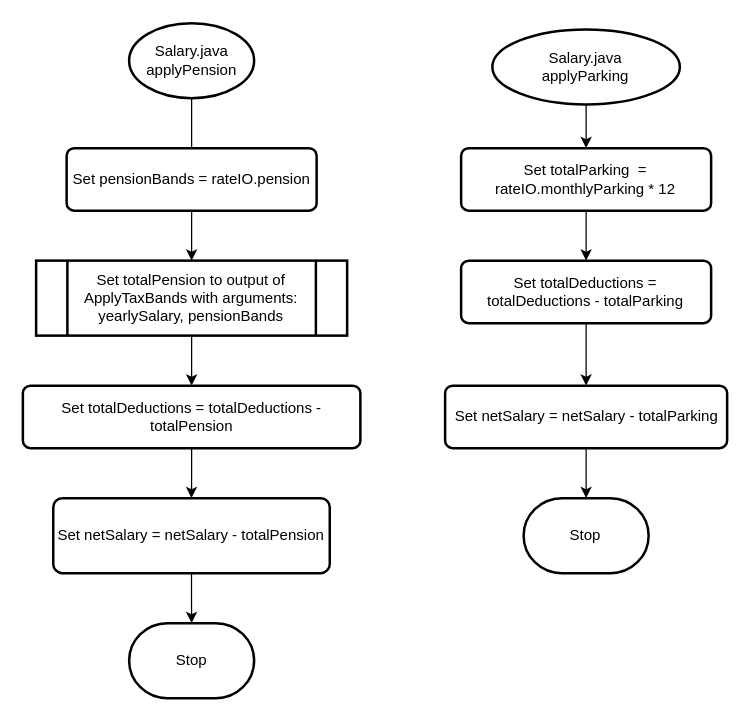
The draw.io diagram report/flowcharts/task-2/designs/salary3.drawio in Sherman5A/usw-pop-coursework-1-task-2, before the edit. Source tidied: cells renumbered, new cells numbered last; positions are measured from the earlier drawing's top-left corner, leaving out a move shared by most shapes. Both pictures are drawn from the tidied source at 125%, with x=0, y=0 at pixel (22, 22).
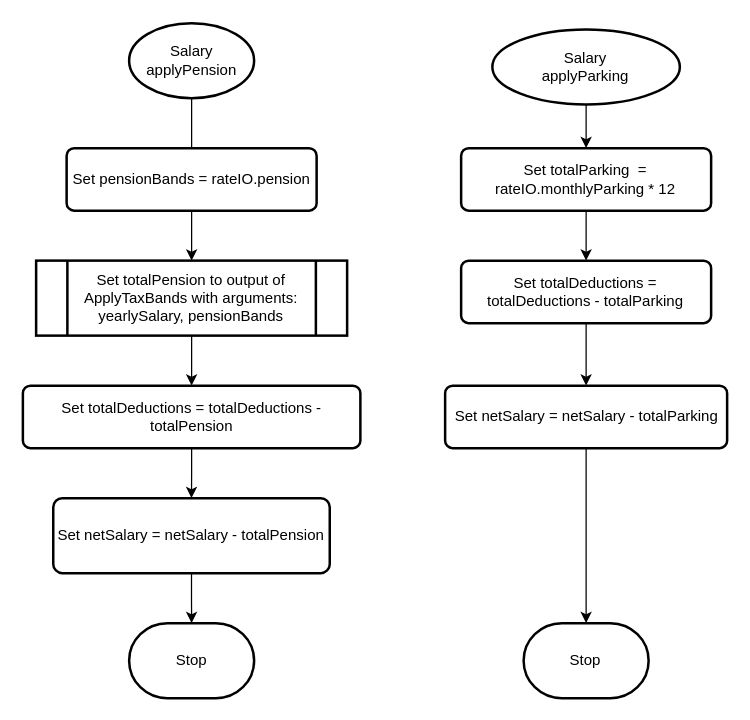
The same page after the edit.

What changed in the source:
```diff
@@
-    <mxCell id="3" value="Salary.java&lt;br&gt;applyPension" style="strokeWidth=2;html=1;shape=mxgraph.flowchart.start_1;whiteSpace=wrap;" parent="1" vertex="1">
+    <mxCell id="3" value="Salary&lt;br&gt;applyPension" style="strokeWidth=2;html=1;shape=mxgraph.flowchart.start_1;whiteSpace=wrap;" parent="1" vertex="1">
       <mxGeometry x="84.8" width="100" height="60" as="geometry" />
     </mxCell>
@@
-    <mxCell id="5" value="Salary.java&lt;br&gt;applyParking" style="strokeWidth=2;html=1;shape=mxgraph.flowchart.start_1;whiteSpace=wrap;" parent="1" vertex="1">
+    <mxCell id="5" value="Salary&lt;br&gt;applyParking" style="strokeWidth=2;html=1;shape=mxgraph.flowchart.start_1;whiteSpace=wrap;" parent="1" vertex="1">
       <mxGeometry x="375.4" y="5" width="150" height="60" as="geometry" />
     </mxCell>
@@
     <mxCell id="21" value="Stop" style="strokeWidth=2;html=1;shape=mxgraph.flowchart.terminator;whiteSpace=wrap;" parent="1" vertex="1">
-      <mxGeometry x="400.4" y="380" width="100" height="60" as="geometry" />
+      <mxGeometry x="400.4" y="480" width="100" height="60" as="geometry" />
     </mxCell>
```
